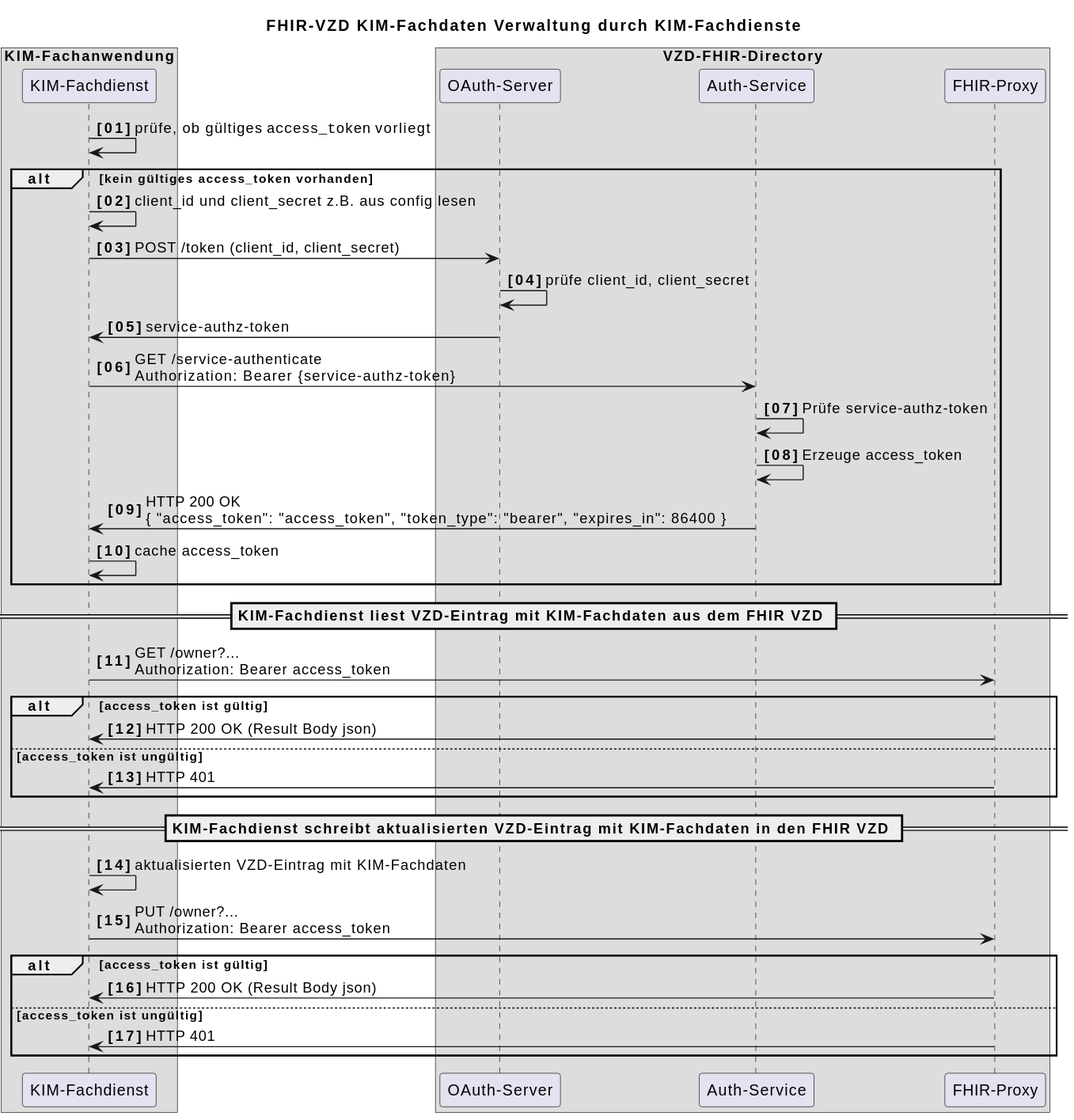
Above: images/diagrams/SequenceDiagram.FHIR-Directory.KIM-FD_UpdateData.svg in gematik/api-vzd (PlantUML), before the change. The source it was exported from:
```plantuml
@startuml
autonumber "<b>[00]"

box KIM-Fachanwendung
participant "KIM-Fachdienst" as Fachdienst
end box

box VZD-FHIR-Directory
participant "OAuth-Server" as OAuth
participant "Auth-Service" as Auth
participant "FHIR-Proxy" as Proxy
end box

title FHIR-VZD KIM-Fachdaten Verwaltung durch KIM-Fachdienste

Fachdienst -> Fachdienst: prüfe, ob gültiges ""access_token"" vorliegt

alt kein gültiges access_token vorhanden
    Fachdienst -> Fachdienst: client_id und client_secret z.B. aus config lesen
    Fachdienst -> OAuth: POST /token (client_id, client_secret)
    OAuth -> OAuth: prüfe client_id, client_secret
    OAuth -> Fachdienst: service-authz-token
    Fachdienst -> Auth: GET /service-authenticate\nAuthorization: Bearer {service-authz-token}
    Auth -> Auth: Prüfe service-authz-token
    Auth -> Auth: Erzeuge access_token
    Auth -> Fachdienst: HTTP 200 OK\n{ "access_token": "access_token", "token_type": "bearer", "expires_in": 86400 }
    Fachdienst -> Fachdienst: cache access_token
end

== KIM-Fachdienst liest VZD-Eintrag mit KIM-Fachdaten aus dem FHIR VZD ==

Fachdienst -> Proxy: GET /owner?... \nAuthorization: Bearer access_token

alt access_token ist gültig
    Proxy -> Fachdienst: HTTP 200 OK (Result Body json)
else access_token ist ungültig
    Proxy -> Fachdienst: HTTP 401
end

== KIM-Fachdienst schreibt aktualisierten VZD-Eintrag mit KIM-Fachdaten in den FHIR VZD ==

Fachdienst -> Fachdienst : aktualisierten VZD-Eintrag mit KIM-Fachdaten

Fachdienst -> Proxy: PUT /owner?... \nAuthorization: Bearer access_token

alt access_token ist gültig
    Proxy -> Fachdienst: HTTP 200 OK (Result Body json)
else access_token ist ungültig
    Proxy -> Fachdienst: HTTP 401
end
@enduml
```
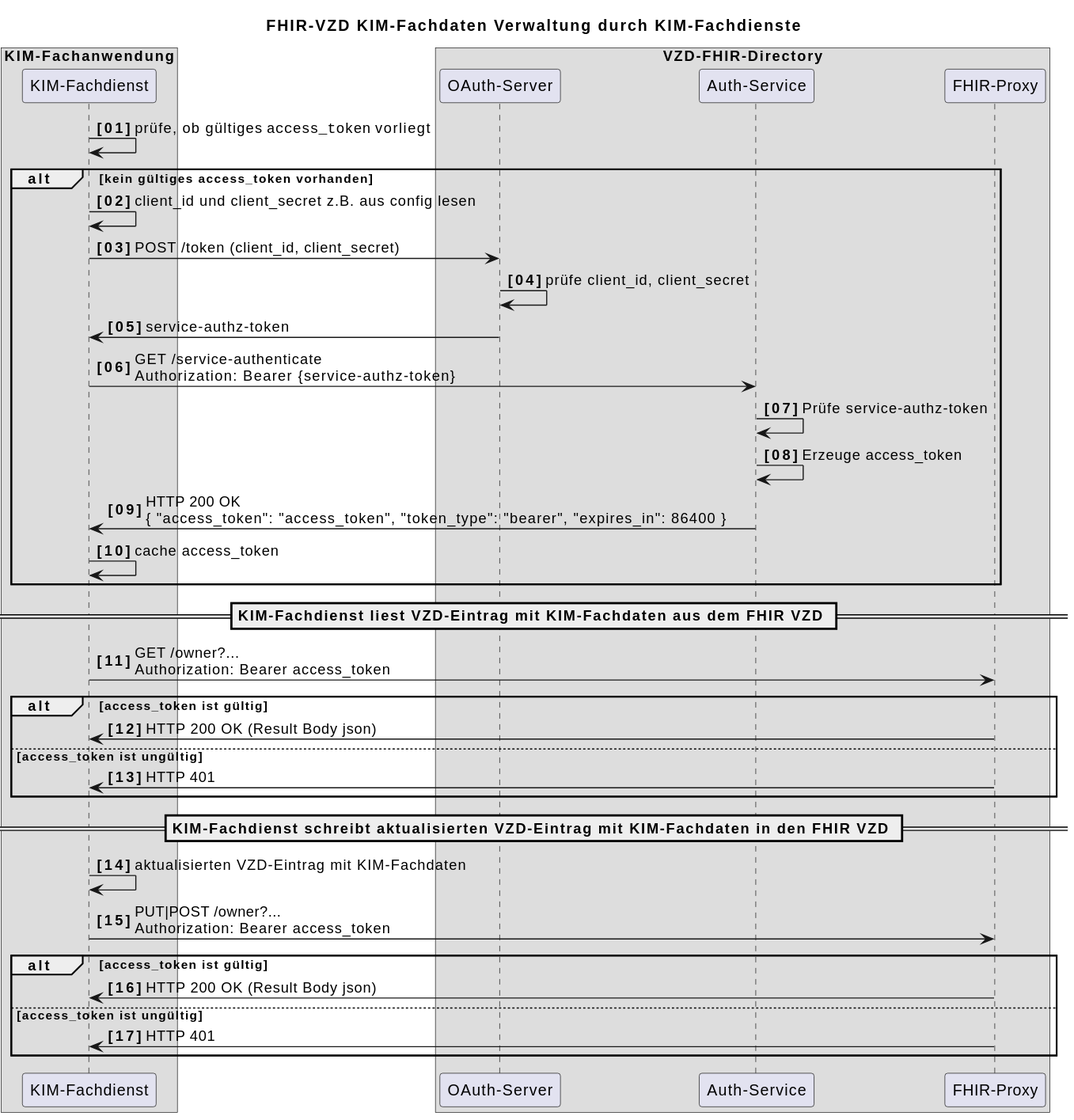
The same file after the commit.

Commit message:
Commit from GitHub Actions (GeneratePlantumlImages)

Change to the diagram source:
```diff
@@ -41,7 +41,7 @@
 
 Fachdienst -> Fachdienst : aktualisierten VZD-Eintrag mit KIM-Fachdaten
 
-Fachdienst -> Proxy: PUT /owner?... \nAuthorization: Bearer access_token
+Fachdienst -> Proxy: PUT|POST /owner?... \nAuthorization: Bearer access_token
 
 alt access_token ist gültig
     Proxy -> Fachdienst: HTTP 200 OK (Result Body json)
```
